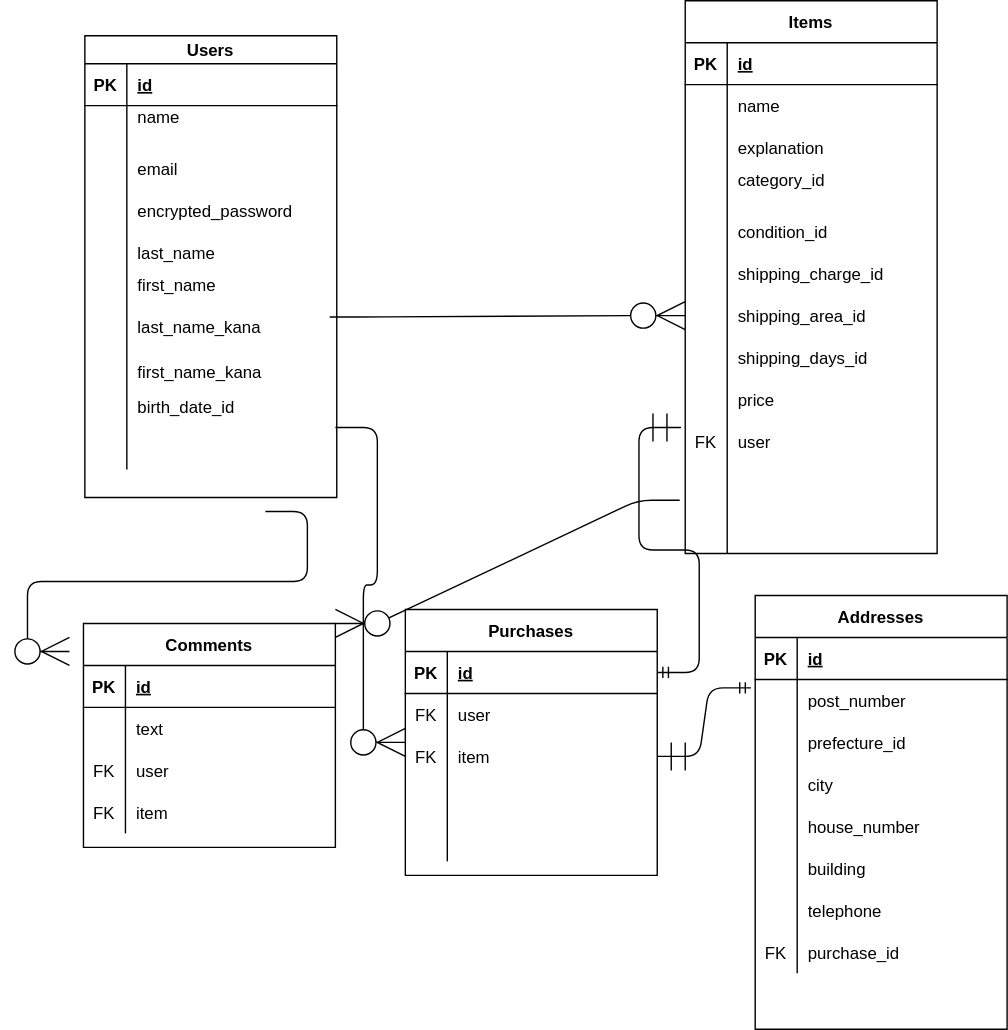
The draw.io diagram test.drawio.svg in kazu121212/furima-37083, before a commit. Source tidied: cells renumbered, new cells last; positions are measured from the earlier drawing's top-left corner, leaving out a move shared by most shapes.
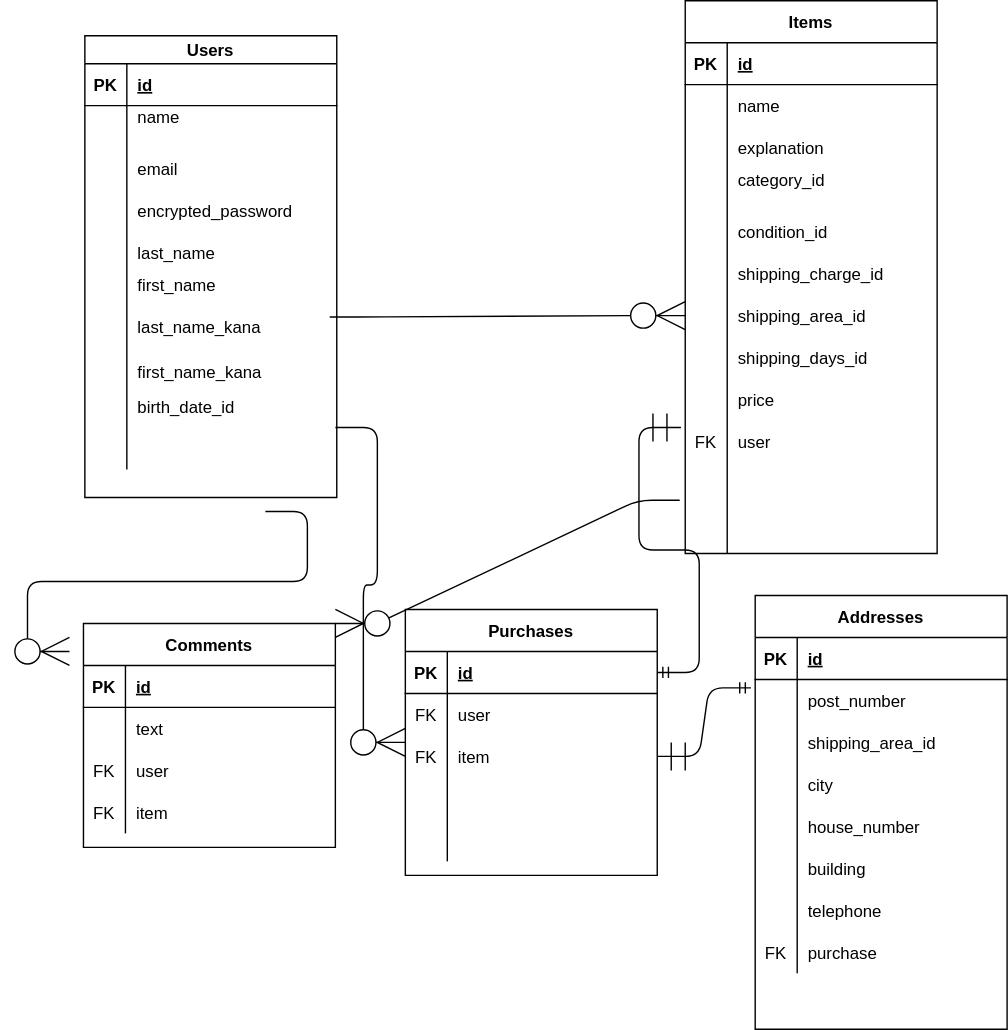
After the commit.

Commit message:
カラム名変更

What changed in the source:
```diff
@@ -320,7 +320,7 @@
     <mxCell id="107" style="shape=partialRectangle;fillColor=none;top=0;left=0;bottom=0;right=0;overflow=hidden;" parent="106" vertex="1">
       <mxGeometry width="30" height="30" as="geometry" />
     </mxCell>
-    <mxCell id="108" value="prefecture_id" style="shape=partialRectangle;fillColor=none;top=0;left=0;bottom=0;right=0;align=left;spacingLeft=6;overflow=hidden;" parent="106" vertex="1">
+    <mxCell id="108" value="shipping_area_id" style="shape=partialRectangle;fillColor=none;top=0;left=0;bottom=0;right=0;align=left;spacingLeft=6;overflow=hidden;" parent="106" vertex="1">
       <mxGeometry x="30" width="150" height="30" as="geometry" />
     </mxCell>
     <mxCell id="109" style="shape=partialRectangle;fillColor=none;top=0;left=0;bottom=0;right=0;" parent="99" vertex="1">
@@ -365,7 +365,7 @@
     <mxCell id="122" value="FK" style="shape=partialRectangle;fillColor=none;top=0;left=0;bottom=0;right=0;overflow=hidden;" parent="121" vertex="1">
       <mxGeometry width="30" height="30" as="geometry" />
     </mxCell>
-    <mxCell id="123" value="purchase_id" style="shape=partialRectangle;fillColor=none;top=0;left=0;bottom=0;right=0;align=left;spacingLeft=6;overflow=hidden;" parent="121" vertex="1">
+    <mxCell id="123" value="purchase" style="shape=partialRectangle;fillColor=none;top=0;left=0;bottom=0;right=0;align=left;spacingLeft=6;overflow=hidden;" parent="121" vertex="1">
       <mxGeometry x="30" width="150" height="30" as="geometry" />
     </mxCell>
     <mxCell id="124" style="edgeStyle=entityRelationEdgeStyle;fontSize=12;html=1;endArrow=ERzeroToMany;endFill=1;entryX=0;entryY=0.5;entryDx=0;entryDy=0;endSize=18;exitX=0.972;exitY=0.033;exitDx=0;exitDy=0;exitPerimeter=0;" parent="1" edge="1" source="21" target="52">
```
